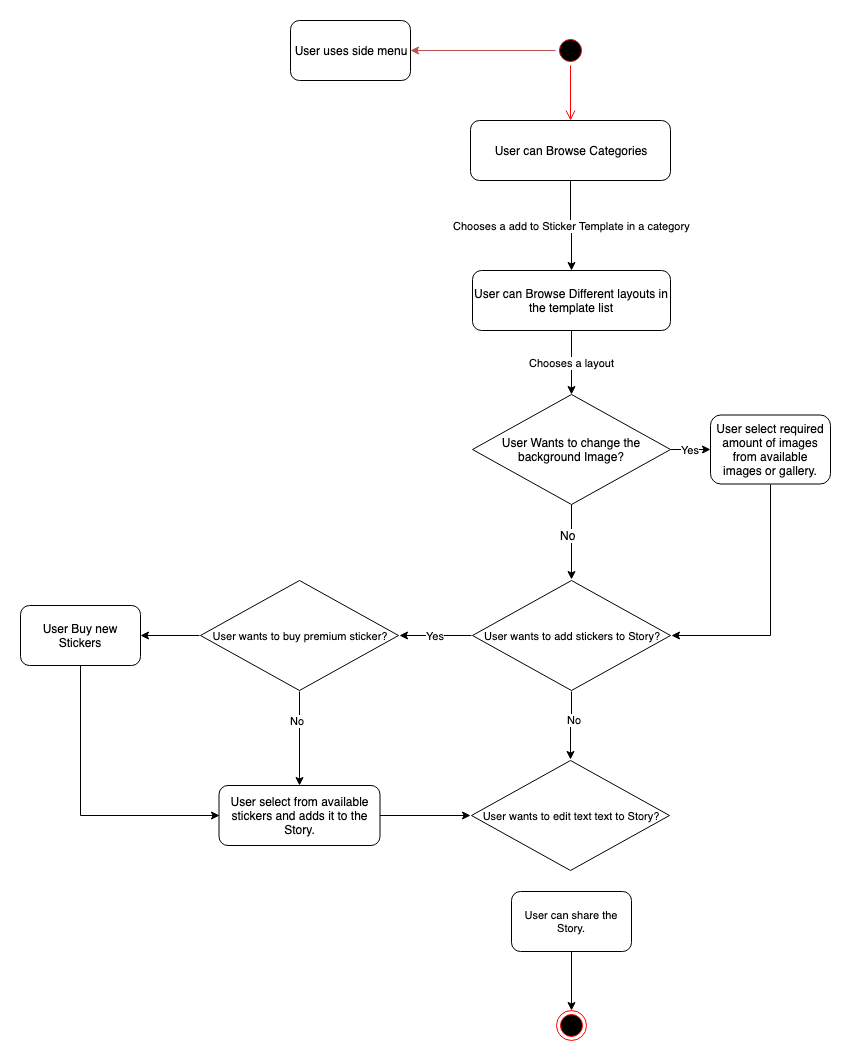
The draw.io diagram UserFlow.png in AwesDea/Paradigm, before a commit. Source tidied: cells renumbered, new cells last; positions are measured from the earlier drawing's top-left corner, leaving out a move shared by most shapes.
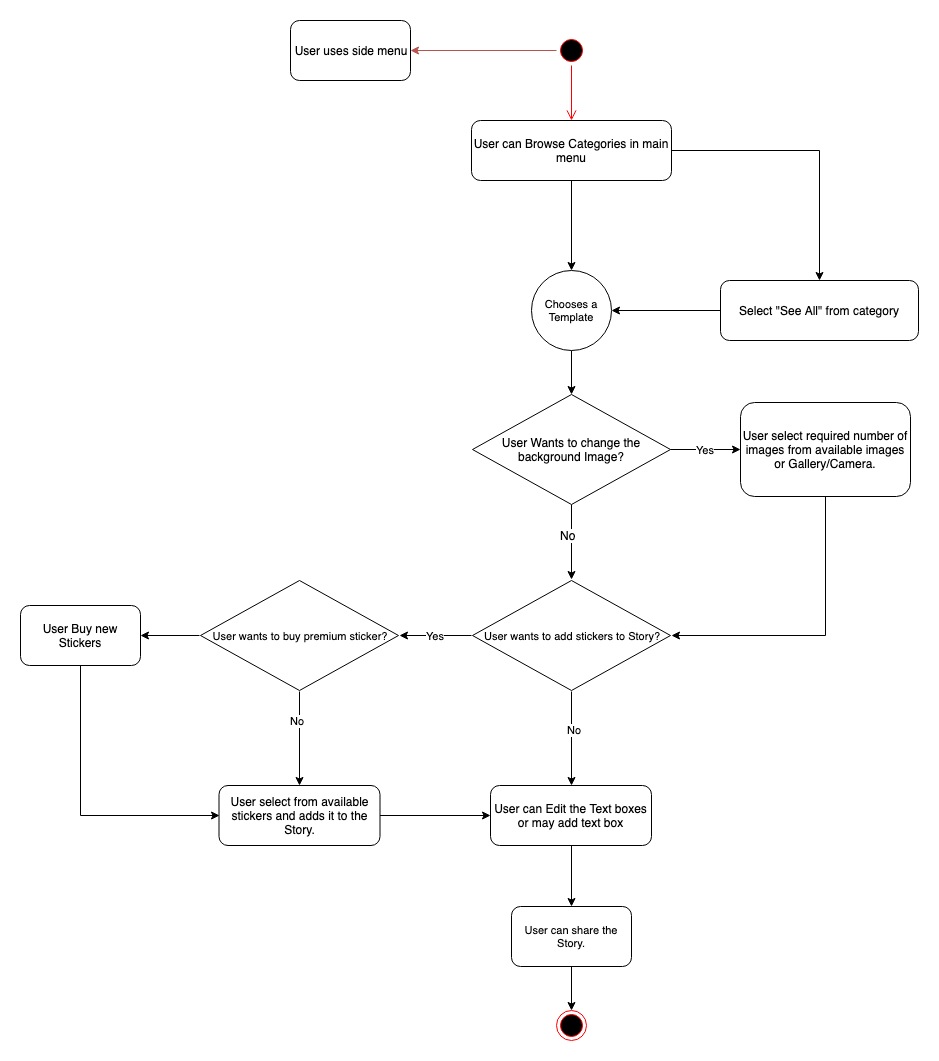
After the change.

Diff of the diagram source:
```diff
@@ -6,7 +6,7 @@
       <mxGeometry relative="1" as="geometry" />
     </mxCell>
     <mxCell id="3" style="ellipse;html=1;shape=startState;fillColor=#000000;strokeColor=#ff0000;" parent="1" vertex="1">
-      <mxGeometry x="535" y="15" width="30" height="30" as="geometry" />
+      <mxGeometry x="536" y="15" width="30" height="30" as="geometry" />
     </mxCell>
     <mxCell id="4" style="edgeStyle=orthogonalEdgeStyle;html=1;verticalAlign=bottom;endArrow=open;endSize=8;strokeColor=#ff0000;entryX=0.5;entryY=0;entryDx=0;entryDy=0;" parent="1" edge="1" source="3" target="7">
       <mxGeometry relative="1" as="geometry" />
@@ -14,20 +14,23 @@
     <mxCell id="5" style="ellipse;html=1;shape=endState;fillColor=#000000;strokeColor=#ff0000;" parent="1" vertex="1">
       <mxGeometry x="536" y="990" width="30" height="30" as="geometry" />
     </mxCell>
-    <mxCell id="6" value="Chooses a add to Sticker Template in a category" style="edgeStyle=orthogonalEdgeStyle;rounded=0;jettySize=auto;html=1;entryX=0.5;entryY=0;entryDx=0;entryDy=0;" parent="1" edge="1" source="7" target="10">
+    <mxCell id="6" style="edgeStyle=orthogonalEdgeStyle;rounded=0;jettySize=auto;html=1;entryX=0.5;entryY=0;entryDx=0;entryDy=0;" parent="1" edge="1" source="7" target="37">
       <mxGeometry relative="1" as="geometry" />
     </mxCell>
+    <mxCell id="32" style="edgeStyle=orthogonalEdgeStyle;rounded=0;jettySize=auto;html=1;exitX=1;exitY=0.5;exitDx=0;exitDy=0;entryX=0.5;entryY=0;entryDx=0;entryDy=0;fontSize=11;" parent="1" edge="1" source="7" target="10">
+      <mxGeometry relative="1" as="geometry" />
+    </mxCell>
-    <mxCell id="7" value="User can Browse Categories" style="rounded=1;whiteSpace=wrap;html=1;" parent="1" vertex="1">
-      <mxGeometry x="450" y="100" width="200" height="60" as="geometry" />
+    <mxCell id="7" value="User can Browse Categories in main menu" style="rounded=1;whiteSpace=wrap;html=1;" parent="1" vertex="1">
+      <mxGeometry x="451" y="100" width="200" height="60" as="geometry" />
     </mxCell>
     <mxCell id="8" value="User uses side menu" style="rounded=1;whiteSpace=wrap;html=1;" parent="1" vertex="1">
       <mxGeometry x="270" width="120" height="60" as="geometry" />
     </mxCell>
-    <mxCell id="9" value="Chooses a layout" style="edgeStyle=orthogonalEdgeStyle;rounded=0;jettySize=auto;html=1;entryX=0.5;entryY=0;entryDx=0;entryDy=0;" parent="1" edge="1" source="10" target="14">
-      <mxGeometry relative="1" as="geometry" />
-    </mxCell>
+    <mxCell id="33" style="edgeStyle=orthogonalEdgeStyle;rounded=0;jettySize=auto;html=1;fontSize=11;entryX=1;entryY=0.5;entryDx=0;entryDy=0;" parent="1" edge="1" source="10" target="37">
+      <mxGeometry relative="1" as="geometry" />
+    </mxCell>
-    <mxCell id="10" value="User can Browse Different layouts in the template list" style="rounded=1;whiteSpace=wrap;html=1;" parent="1" vertex="1">
-      <mxGeometry x="452" y="250" width="198" height="60" as="geometry" />
+    <mxCell id="10" value="Select &quot;See All&quot; from category" style="rounded=1;whiteSpace=wrap;html=1;" parent="1" vertex="1">
+      <mxGeometry x="700" y="260" width="198" height="60" as="geometry" />
     </mxCell>
     <mxCell id="11" value="Yes" style="edgeStyle=orthogonalEdgeStyle;rounded=0;jettySize=auto;html=1;entryX=0;entryY=0.5;entryDx=0;entryDy=0;" parent="1" edge="1" source="14" target="16">
       <mxGeometry relative="1" as="geometry" />
@@ -44,13 +47,13 @@
     <mxCell id="15" style="edgeStyle=orthogonalEdgeStyle;rounded=0;jettySize=auto;html=1;entryX=1;entryY=0.5;entryDx=0;entryDy=0;fontSize=11;exitX=0.5;exitY=1;exitDx=0;exitDy=0;" parent="1" edge="1" source="16" target="20">
       <mxGeometry relative="1" as="geometry" />
     </mxCell>
-    <mxCell id="16" value="User select required amount of images from available images or gallery." style="rounded=1;whiteSpace=wrap;html=1;" parent="1" vertex="1">
-      <mxGeometry x="690" y="394.5" width="120" height="69" as="geometry" />
+    <mxCell id="16" value="User select required number of images from available images or Gallery/Camera." style="rounded=1;whiteSpace=wrap;html=1;" parent="1" vertex="1">
+      <mxGeometry x="720" y="382" width="170" height="94" as="geometry" />
     </mxCell>
     <mxCell id="17" value="Yes" style="edgeStyle=orthogonalEdgeStyle;rounded=0;jettySize=auto;html=1;entryX=1;entryY=0.5;entryDx=0;entryDy=0;fontSize=11;" parent="1" edge="1" source="20" target="26">
       <mxGeometry relative="1" as="geometry" />
     </mxCell>
-    <mxCell id="18" style="edgeStyle=orthogonalEdgeStyle;rounded=0;jettySize=auto;html=1;fontSize=11;" parent="1" edge="1" source="20" target="31">
+    <mxCell id="18" style="edgeStyle=orthogonalEdgeStyle;rounded=0;jettySize=auto;html=1;fontSize=11;entryX=0.5;entryY=0;entryDx=0;entryDy=0;" parent="1" edge="1" source="20" target="35">
       <mxGeometry relative="1" as="geometry" />
     </mxCell>
     <mxCell id="19" value="No" style="text;html=1;align=center;verticalAlign=middle;labelBackgroundColor=#ffffff;fontSize=11;" parent="18" vertex="1">
@@ -59,7 +62,7 @@
     <mxCell id="20" value="User wants to add stickers to Story?" style="rhombus;whiteSpace=wrap;html=1;perimeterSpacing=1;rounded=0;verticalAlign=middle;fontSize=11;horizontal=1;" parent="1" vertex="1">
       <mxGeometry x="452" y="560" width="198" height="110" as="geometry" />
     </mxCell>
-    <mxCell id="21" style="edgeStyle=orthogonalEdgeStyle;rounded=0;jettySize=auto;html=1;entryX=0;entryY=0.5;entryDx=0;entryDy=0;fontSize=11;" parent="1" edge="1" source="22" target="31">
+    <mxCell id="21" style="edgeStyle=orthogonalEdgeStyle;rounded=0;jettySize=auto;html=1;entryX=0;entryY=0.5;entryDx=0;entryDy=0;fontSize=11;" parent="1" edge="1" source="22" target="35">
       <mxGeometry relative="1" as="geometry" />
     </mxCell>
     <mxCell id="22" value="User select from available stickers and adds it to the Story." style="rounded=1;whiteSpace=wrap;html=1;" parent="1" vertex="1">
@@ -91,10 +94,19 @@
       <mxGeometry relative="1" as="geometry" />
     </mxCell>
     <mxCell id="30" value="User can share the Story." style="rounded=1;whiteSpace=wrap;html=1;fontSize=11;" parent="1" vertex="1">
-      <mxGeometry x="491" y="871" width="120" height="60" as="geometry" />
+      <mxGeometry x="491" y="886" width="120" height="60" as="geometry" />
     </mxCell>
-    <mxCell id="31" value="User wants to edit text text to Story?" style="rhombus;whiteSpace=wrap;html=1;perimeterSpacing=1;rounded=0;verticalAlign=middle;fontSize=11;horizontal=1;" parent="1" vertex="1">
-      <mxGeometry x="451" y="740" width="198" height="110" as="geometry" />
-    </mxCell>
+    <mxCell id="34" style="edgeStyle=orthogonalEdgeStyle;rounded=0;jettySize=auto;html=1;entryX=0.5;entryY=0;entryDx=0;entryDy=0;fontSize=11;exitX=0.5;exitY=1;exitDx=0;exitDy=0;" parent="1" edge="1" source="35" target="30">
+      <mxGeometry relative="1" as="geometry" />
+    </mxCell>
+    <mxCell id="35" value="User can Edit the Text boxes or may add text box" style="rounded=1;whiteSpace=wrap;html=1;" parent="1" vertex="1">
+      <mxGeometry x="470" y="765" width="161" height="60" as="geometry" />
+    </mxCell>
+    <mxCell id="36" style="edgeStyle=orthogonalEdgeStyle;rounded=0;jettySize=auto;html=1;entryX=0.5;entryY=0;entryDx=0;entryDy=0;fontSize=11;" parent="1" edge="1" source="37" target="14">
+      <mxGeometry relative="1" as="geometry" />
+    </mxCell>
+    <mxCell id="37" value="Chooses a Template" style="ellipse;whiteSpace=wrap;html=1;rounded=0;fontSize=11;" parent="1" vertex="1">
+      <mxGeometry x="511" y="250" width="80" height="80" as="geometry" />
+    </mxCell>
   </root>
 </mxGraphModel>
```
